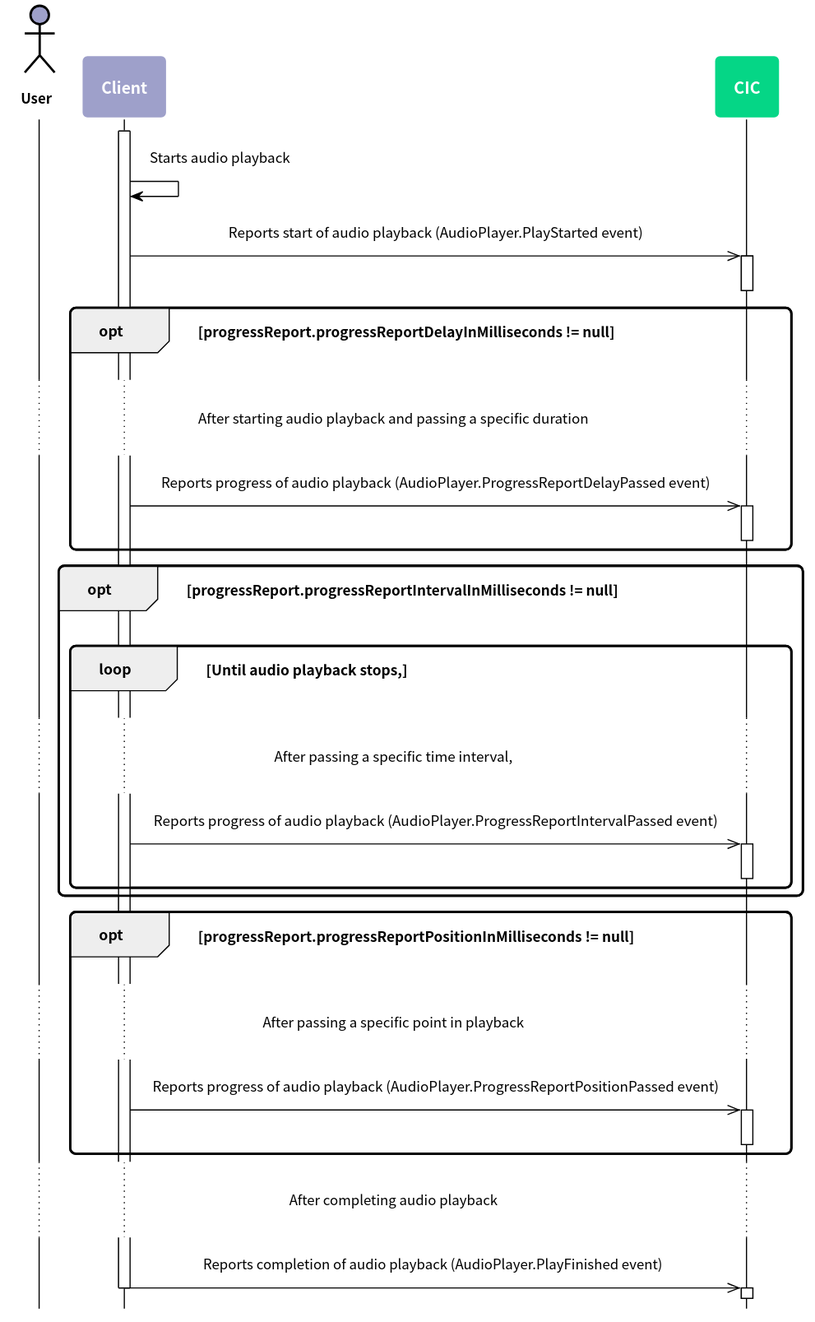
This is en-KR/Develop/Assets/Images/CIC_Audio_Play_Progress_Reporting.svg from muchokwon/clova-client-developer-guide, a PlantUML export, as it was before one commit.
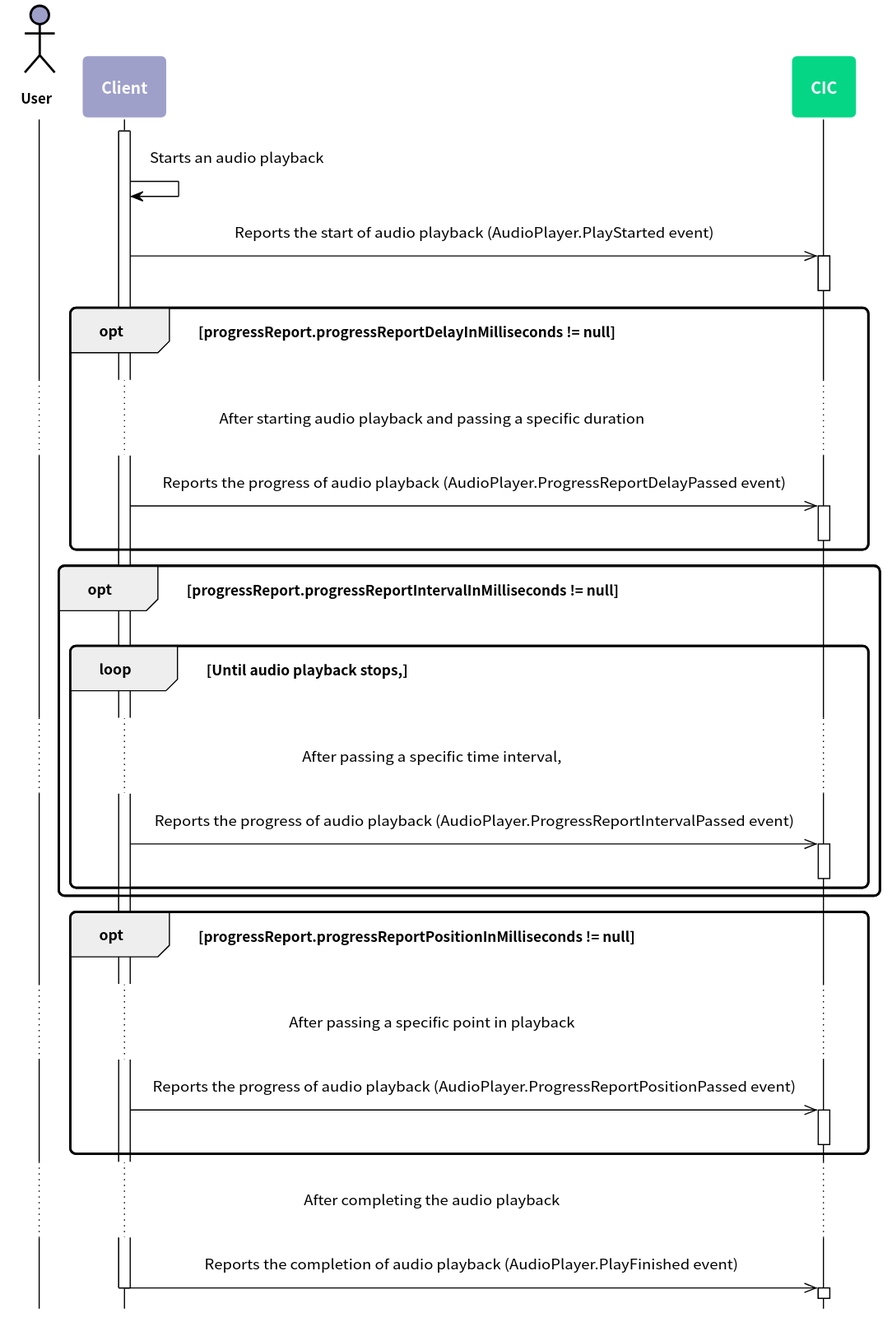
The same file after the commit.

Change to the diagram source:
```diff
@@ -55,8 +55,8 @@
 
 activate client
 
-  client -> client : Starts audio playback
-  client ->> cic : Reports start of audio playback (AudioPlayer.PlayStarted event)
+  client -> client : Starts an audio playback
+  client ->> cic : Reports the start of audio playback (AudioPlayer.PlayStarted event)
 
   activate cic
   deactivate cic
@@ -65,7 +65,7 @@
 
     ... After starting audio playback and passing a specific duration ...
 
-    client ->> cic : Reports progress of audio playback (AudioPlayer.ProgressReportDelayPassed event)
+    client ->> cic : Reports the progress of audio playback (AudioPlayer.ProgressReportDelayPassed event)
 
     activate cic
     deactivate cic
@@ -78,7 +78,7 @@
 
       ... After passing a specific time interval, ...
 
-      client ->> cic : Reports progress of audio playback (AudioPlayer.ProgressReportIntervalPassed event)
+      client ->> cic : Reports the progress of audio playback (AudioPlayer.ProgressReportIntervalPassed event)
 
       activate cic
       deactivate cic
@@ -91,16 +91,16 @@
 
     ... After passing a specific point in playback ...
 
-    client ->> cic : Reports progress of audio playback (AudioPlayer.ProgressReportPositionPassed event)
+    client ->> cic : Reports the progress of audio playback (AudioPlayer.ProgressReportPositionPassed event)
 
     activate cic
     deactivate cic
 
   end
 
-  ... After completing audio playback ...
+  ... After completing the audio playback ...
 
-  client ->> cic : Reports completion of audio playback (AudioPlayer.PlayFinished event)
+  client ->> cic : Reports the completion of audio playback (AudioPlayer.PlayFinished event)
 
 deactivate client
 activate cic
```
